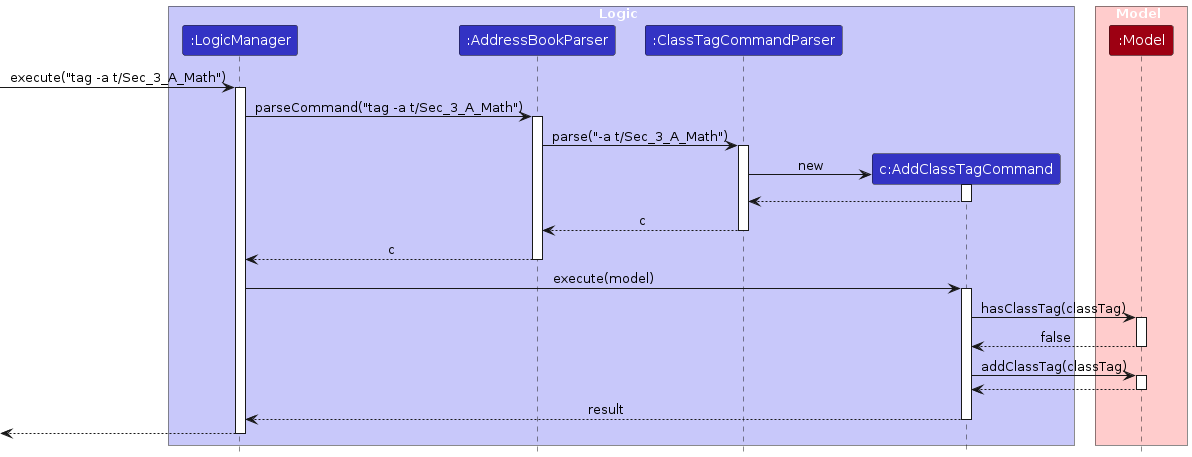
Earlier version of the PlantUML export diagrams/AddClassTagSequenceDiagram.png (AY2526S1-CS2103T-F10-3/tp). Its source is kept beside it as diagrams/AddClassTagSequenceDiagram.puml.
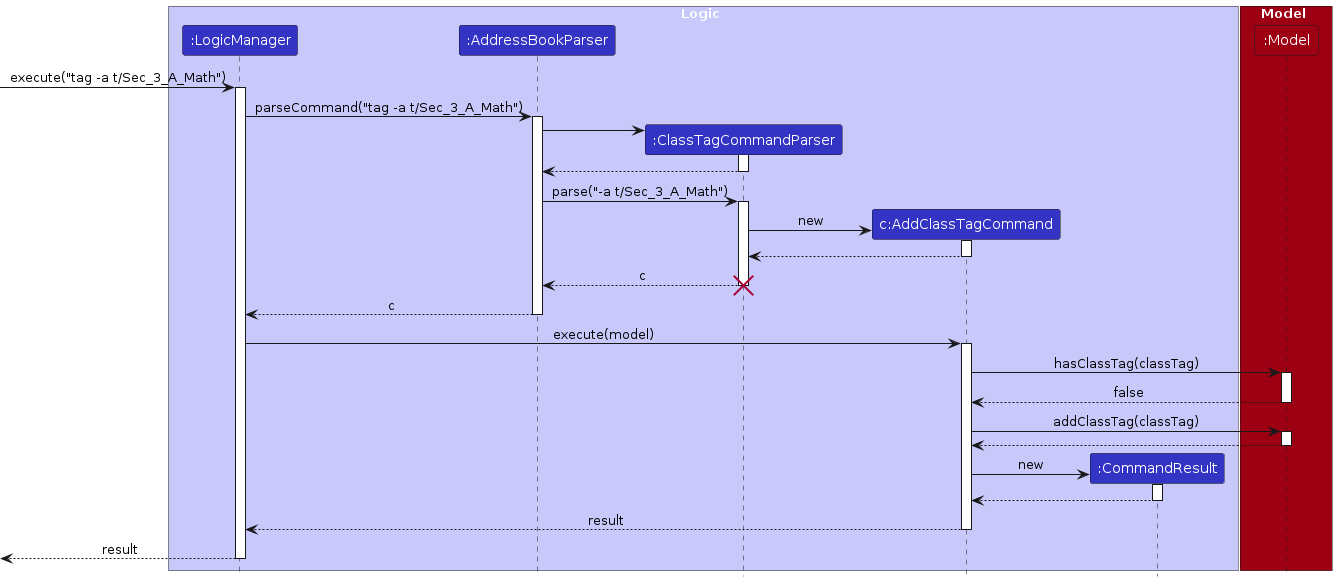
After the change.

Diff of the diagram source:
```diff
@@ -7,9 +7,10 @@
 participant ":AddressBookParser" as AddressBookParser LOGIC_COLOR
 participant ":ClassTagCommandParser" as ClassTagCommandParser LOGIC_COLOR
 participant "c:AddClassTagCommand" as AddClassTagCommand LOGIC_COLOR
+participant ":CommandResult" as CommandResult LOGIC_COLOR
 end box
 
-box Model #FFCCCC
+box Model MODEL_COLOR
 participant ":Model" as Model MODEL_COLOR
 end box
 
@@ -18,6 +19,12 @@
 
 LogicManager -> AddressBookParser : parseCommand("tag -a t/Sec_3_A_Math")
 activate AddressBookParser
+
+create ClassTagCommandParser
+AddressBookParser -> ClassTagCommandParser
+activate ClassTagCommandParser
+ClassTagCommandParser --> AddressBookParser
+deactivate ClassTagCommandParser
 
 AddressBookParser -> ClassTagCommandParser : parse("-a t/Sec_3_A_Math")
 activate ClassTagCommandParser
@@ -30,6 +37,7 @@
 
 ClassTagCommandParser --> AddressBookParser : c
 deactivate ClassTagCommandParser
+destroy ClassTagCommandParser
 
 AddressBookParser --> LogicManager : c
 deactivate AddressBookParser
@@ -47,10 +55,16 @@
 Model --> AddClassTagCommand
 deactivate Model
 
+create CommandResult
+AddClassTagCommand -> CommandResult : new
+activate CommandResult
+CommandResult --> AddClassTagCommand
+deactivate CommandResult
+
 AddClassTagCommand --> LogicManager : result
 deactivate AddClassTagCommand
 
-[<-- LogicManager
+[<-- LogicManager : result
 deactivate LogicManager
 
 @enduml
```
